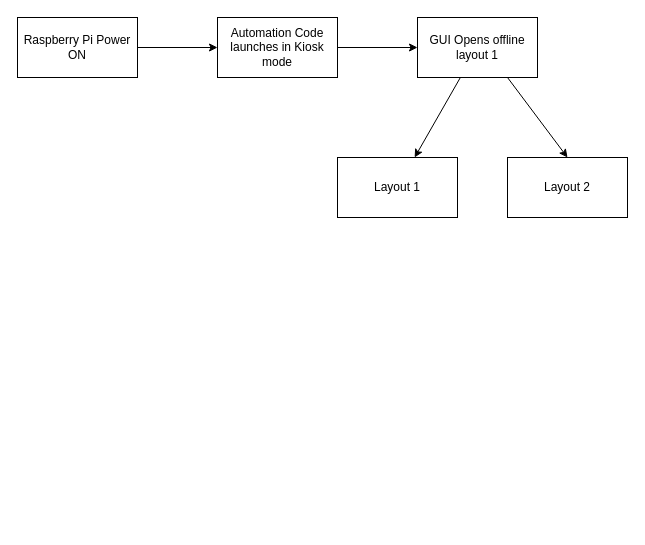
Above: documents/uml.drawio in mitchellkolb/pi-music-player (draw.io), before the change. Source tidied: cells renumbered, new cells numbered last; positions are measured from the earlier drawing's top-left corner, leaving out a move shared by most shapes. Both pictures are drawn from the tidied source at 100%, with x=0, y=0 at pixel (17, 17).
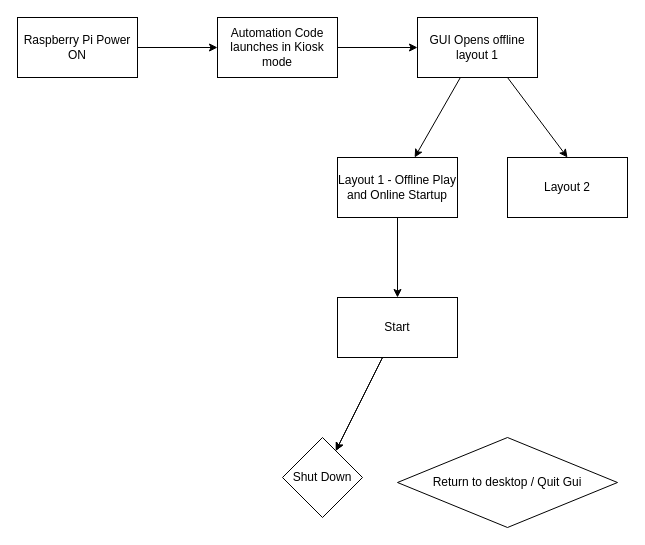
The same diagram, later.

Commit message:
Renamed windows and gui

What changed in the source:
```diff
@@
 <mxGraphModel>
   <root>
     <mxCell id="0" />
     <mxCell id="1" parent="0" />
     <mxCell id="2" style="edgeStyle=none;html=1;exitX=1;exitY=0.5;exitDx=0;exitDy=0;entryX=0;entryY=0.5;entryDx=0;entryDy=0;" parent="1" edge="1" source="3" target="4">
       <mxGeometry relative="1" as="geometry" />
     </mxCell>
     <mxCell id="3" value="Raspberry Pi Power ON" style="whiteSpace=wrap;html=1;" parent="1" vertex="1">
       <mxGeometry width="120" height="60" as="geometry" />
     </mxCell>
     <mxCell id="4" value="Automation Code launches in Kiosk mode" style="whiteSpace=wrap;html=1;" parent="1" vertex="1">
       <mxGeometry x="200" width="120" height="60" as="geometry" />
     </mxCell>
     <mxCell id="5" style="edgeStyle=none;html=1;exitX=1;exitY=0.5;exitDx=0;exitDy=0;entryX=0;entryY=0.5;entryDx=0;entryDy=0;" parent="1" edge="1" source="4" target="8">
       <mxGeometry relative="1" as="geometry" />
     </mxCell>
     <mxCell id="6" style="edgeStyle=none;html=1;" parent="1" edge="1" source="8" target="9">
       <mxGeometry relative="1" as="geometry" />
     </mxCell>
     <mxCell id="7" style="edgeStyle=none;html=1;exitX=0.75;exitY=1;exitDx=0;exitDy=0;entryX=0.5;entryY=0;entryDx=0;entryDy=0;" parent="1" edge="1" source="8" target="10">
       <mxGeometry relative="1" as="geometry" />
     </mxCell>
     <mxCell id="8" value="GUI Opens offline layout 1" style="whiteSpace=wrap;html=1;" parent="1" vertex="1">
       <mxGeometry x="400" width="120" height="60" as="geometry" />
     </mxCell>
+    <mxCell id="11" style="edgeStyle=none;html=1;" parent="1" edge="1" source="9" target="14">
+      <mxGeometry relative="1" as="geometry" />
+    </mxCell>
-    <mxCell id="9" value="Layout 1" style="whiteSpace=wrap;html=1;" parent="1" vertex="1">
+    <mxCell id="9" value="Layout 1 - Offline Play and Online Startup" style="whiteSpace=wrap;html=1;" parent="1" vertex="1">
       <mxGeometry x="320" y="140" width="120" height="60" as="geometry" />
     </mxCell>
     <mxCell id="10" value="Layout 2" style="whiteSpace=wrap;html=1;" parent="1" vertex="1">
       <mxGeometry x="490" y="140" width="120" height="60" as="geometry" />
     </mxCell>
+    <mxCell id="12" style="edgeStyle=none;html=1;" parent="1" edge="1" source="14" target="15">
+      <mxGeometry relative="1" as="geometry" />
+    </mxCell>
+    <mxCell id="13" style="edgeStyle=none;html=1;" parent="1" edge="1" source="14" target="15">
+      <mxGeometry relative="1" as="geometry" />
+    </mxCell>
+    <mxCell id="14" value="Start" style="whiteSpace=wrap;html=1;" parent="1" vertex="1">
+      <mxGeometry x="320" y="280" width="120" height="60" as="geometry" />
+    </mxCell>
+    <mxCell id="15" value="Shut Down" style="rhombus;whiteSpace=wrap;html=1;" parent="1" vertex="1">
+      <mxGeometry x="265" y="420" width="80" height="80" as="geometry" />
+    </mxCell>
+    <mxCell id="16" value="Return to desktop / Quit Gui" style="rhombus;whiteSpace=wrap;html=1;" parent="1" vertex="1">
+      <mxGeometry x="380" y="420" width="220" height="90" as="geometry" />
+    </mxCell>
   </root>
 </mxGraphModel>
```
